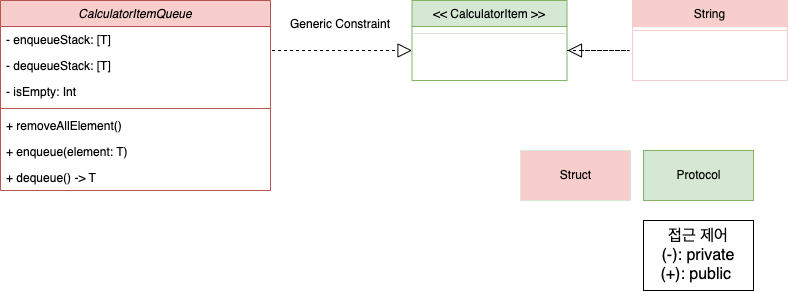
Above: CalculatorUML.png in yagom-academy/ios-calculator-app (draw.io), before the change. Source tidied: cells renumbered, new cells last; positions are measured from the earlier drawing's top-left corner, leaving out a move shared by most shapes.
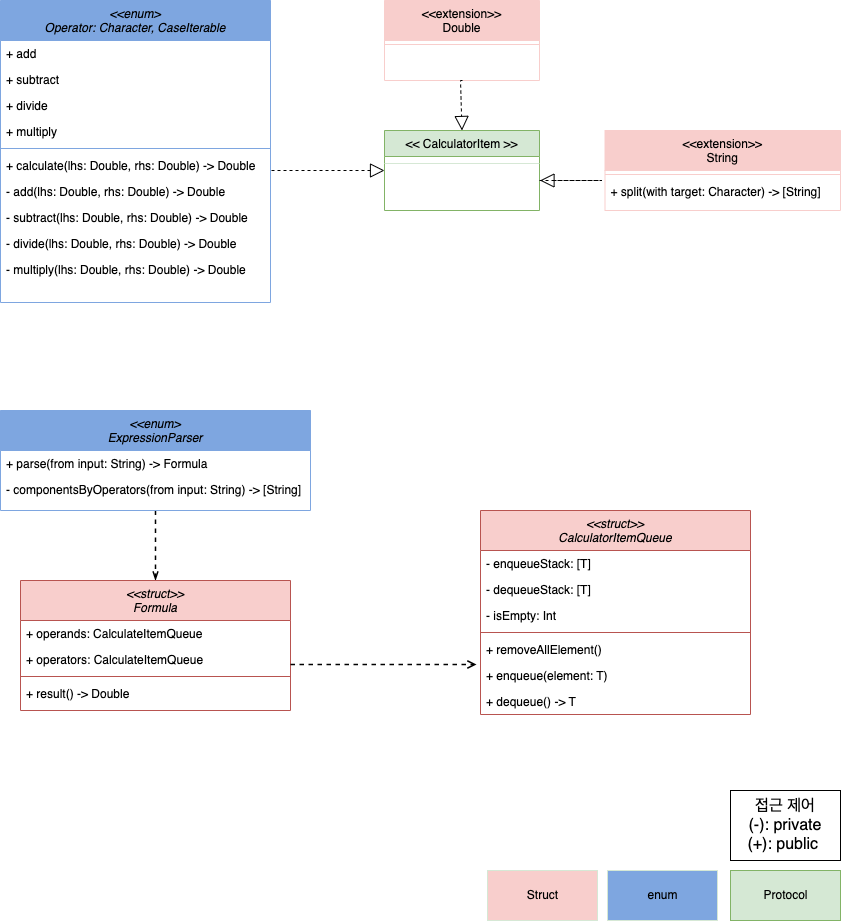
After the commit.

Change to the diagram source:
```diff
@@ -2,68 +2,152 @@
   <root>
     <mxCell id="0" />
     <mxCell id="1" parent="0" />
-    <mxCell id="2" value="CalculatorItemQueue" style="swimlane;fontStyle=2;align=center;verticalAlign=top;horizontal=1;startSize=26;rounded=0;shadow=0;strokeWidth=1;fillColor=#f8cecc;strokeColor=#b85450;" parent="1" vertex="1">
-      <mxGeometry width="270" height="190" as="geometry" />
+    <mxCell id="2" value="&lt;&lt;struct&gt;&gt;&#10;CalculatorItemQueue" style="swimlane;fontStyle=2;align=center;verticalAlign=top;horizontal=1;startSize=40;rounded=0;shadow=0;strokeWidth=1;fillColor=#f8cecc;strokeColor=#b85450;" parent="1" vertex="1">
+      <mxGeometry x="470" y="120" width="270" height="204" as="geometry" />
     </mxCell>
     <mxCell id="3" value="- enqueueStack: [T]" style="text;align=left;verticalAlign=top;spacingLeft=4;spacingRight=4;overflow=hidden;" parent="2" vertex="1">
-      <mxGeometry y="26" width="270" height="26" as="geometry" />
+      <mxGeometry y="40" width="270" height="26" as="geometry" />
     </mxCell>
     <mxCell id="4" value="- dequeueStack: [T]" style="text;align=left;verticalAlign=top;spacingLeft=4;spacingRight=4;overflow=hidden;" parent="2" vertex="1">
-      <mxGeometry y="52" width="270" height="26" as="geometry" />
+      <mxGeometry y="66" width="270" height="26" as="geometry" />
     </mxCell>
     <mxCell id="5" value="- isEmpty: Int" style="text;align=left;verticalAlign=top;spacingLeft=4;spacingRight=4;overflow=hidden;rounded=0;shadow=0;html=0;" parent="2" vertex="1">
-      <mxGeometry y="78" width="270" height="26" as="geometry" />
+      <mxGeometry y="92" width="270" height="26" as="geometry" />
     </mxCell>
     <mxCell id="6" style="line;html=1;strokeWidth=1;align=left;verticalAlign=middle;spacingTop=-1;spacingLeft=3;spacingRight=3;labelPosition=right;fillColor=#f8cecc;strokeColor=#b85450;" parent="2" vertex="1">
-      <mxGeometry y="104" width="270" height="8" as="geometry" />
+      <mxGeometry y="118" width="270" height="8" as="geometry" />
     </mxCell>
     <mxCell id="7" value="+ removeAllElement()" style="text;align=left;verticalAlign=top;spacingLeft=4;spacingRight=4;overflow=hidden;" parent="2" vertex="1">
-      <mxGeometry y="112" width="270" height="26" as="geometry" />
+      <mxGeometry y="126" width="270" height="26" as="geometry" />
     </mxCell>
     <mxCell id="8" value="+ enqueue(element: T)" style="text;align=left;verticalAlign=top;spacingLeft=4;spacingRight=4;overflow=hidden;points=[[0,0.5],[1,0.5]];portConstraint=eastwest;" parent="2" vertex="1">
-      <mxGeometry y="138" width="270" height="26" as="geometry" />
+      <mxGeometry y="152" width="270" height="26" as="geometry" />
     </mxCell>
     <mxCell id="9" value="+ dequeue() -&gt; T" style="text;align=left;verticalAlign=top;spacingLeft=4;spacingRight=4;overflow=hidden;" parent="2" vertex="1">
-      <mxGeometry y="164" width="270" height="26" as="geometry" />
+      <mxGeometry y="178" width="270" height="26" as="geometry" />
     </mxCell>
     <mxCell id="10" value="&lt;&lt; CalculatorItem &gt;&gt;" style="swimlane;fontStyle=0;align=center;verticalAlign=top;horizontal=1;startSize=26;rounded=0;shadow=0;strokeWidth=1;fillColor=#d5e8d4;strokeColor=#82b366;" parent="1" vertex="1">
-      <mxGeometry x="411.5" width="155" height="80" as="geometry" />
+      <mxGeometry x="374" y="-260" width="155" height="80" as="geometry" />
     </mxCell>
     <mxCell id="11" style="line;html=1;strokeWidth=1;align=left;verticalAlign=middle;spacingTop=-1;spacingLeft=3;spacingRight=3;labelPosition=right;strokeColor=#d6e8d5;" parent="10" vertex="1">
       <mxGeometry y="26" width="155" height="14" as="geometry" />
     </mxCell>
     <mxCell id="12" style="endArrow=block;dashed=1;endFill=0;endSize=12;html=1;rounded=0;" parent="1" edge="1">
       <mxGeometry relative="1" as="geometry">
-        <mxPoint x="566.5" y="50" as="sourcePoint" />
-        <mxPoint x="567" y="50" as="targetPoint" />
+        <mxPoint x="529" y="-210" as="sourcePoint" />
+        <mxPoint x="529.5" y="-210" as="targetPoint" />
         <Array as="points">
-          <mxPoint x="629" y="50" />
+          <mxPoint x="591.5" y="-210" />
         </Array>
       </mxGeometry>
     </mxCell>
-    <mxCell id="13" value="String" style="swimlane;fontStyle=0;align=center;verticalAlign=top;horizontal=1;startSize=26;rounded=0;shadow=0;strokeWidth=1;fillColor=#F8CECC;strokeColor=#f8cecc;" parent="1" vertex="1">
-      <mxGeometry x="632" width="155" height="80" as="geometry" />
+    <mxCell id="13" value="&lt;&lt;extension&gt;&gt;&#10;String" style="swimlane;fontStyle=0;align=center;verticalAlign=top;horizontal=1;startSize=40;rounded=0;shadow=0;strokeWidth=1;fillColor=#F8CECC;strokeColor=#f8cecc;" parent="1" vertex="1">
+      <mxGeometry x="594.5" y="-260" width="235.5" height="80" as="geometry" />
     </mxCell>
     <mxCell id="14" style="line;html=1;strokeWidth=1;align=left;verticalAlign=middle;spacingTop=-1;spacingLeft=3;spacingRight=3;labelPosition=right;fillColor=#f8cecc;strokeColor=#F8CECC;" parent="13" vertex="1">
-      <mxGeometry y="26" width="155" height="8" as="geometry" />
+      <mxGeometry y="40" width="235.5" height="8" as="geometry" />
     </mxCell>
+    <mxCell id="20" value="+ split(with target: Character) -&gt; [String]" style="text;align=left;verticalAlign=top;spacingLeft=4;spacingRight=4;overflow=hidden;rounded=0;shadow=0;html=0;" parent="13" vertex="1">
+      <mxGeometry y="48" width="235.5" height="26" as="geometry" />
+    </mxCell>
     <mxCell id="15" value="Struct" style="html=1;strokeColor=#d6e8d5;fillColor=#f8cecc;" parent="1" vertex="1">
-      <mxGeometry x="520" y="150" width="110" height="50" as="geometry" />
+      <mxGeometry x="477" y="480" width="110" height="50" as="geometry" />
     </mxCell>
     <mxCell id="16" value="Protocol" style="html=1;strokeColor=#82b366;fillColor=#d5e8d4;" parent="1" vertex="1">
-      <mxGeometry x="643" y="150" width="110" height="50" as="geometry" />
+      <mxGeometry x="720" y="480" width="110" height="50" as="geometry" />
     </mxCell>
     <mxCell id="17" value="접근 제어&lt;br&gt;(-): private&lt;br&gt;(+): public&amp;nbsp;" style="rounded=0;whiteSpace=wrap;html=1;fontSize=16;" parent="1" vertex="1">
-      <mxGeometry x="643" y="220" width="110" height="70" as="geometry" />
+      <mxGeometry x="720" y="400" width="110" height="70" as="geometry" />
     </mxCell>
-    <mxCell id="18" style="endArrow=block;dashed=1;endFill=0;endSize=12;html=1;rounded=0;" parent="1" edge="1">
-      <mxGeometry relative="1" as="geometry">
-        <mxPoint x="271.5" y="50" as="sourcePoint" />
-        <mxPoint x="411.5" y="50" as="targetPoint" />
-      </mxGeometry>
-    </mxCell>
-    <mxCell id="19" value="Generic Constraint" style="text;align=center;fontStyle=0;verticalAlign=middle;spacingLeft=3;spacingRight=3;strokeColor=none;" parent="1" vertex="1">
-      <mxGeometry x="300" y="10" width="80" height="26" as="geometry" />
-    </mxCell>
+    <mxCell id="21" value="&lt;&lt;extension&gt;&gt;&#10;Double" style="swimlane;fontStyle=0;align=center;verticalAlign=top;horizontal=1;startSize=40;rounded=0;shadow=0;strokeWidth=1;fillColor=#F8CECC;strokeColor=#f8cecc;" parent="1" vertex="1">
+      <mxGeometry x="374" y="-390" width="155" height="80" as="geometry" />
+    </mxCell>
+    <mxCell id="22" style="line;html=1;strokeWidth=1;align=left;verticalAlign=middle;spacingTop=-1;spacingLeft=3;spacingRight=3;labelPosition=right;fillColor=#f8cecc;strokeColor=#F8CECC;" parent="21" vertex="1">
+      <mxGeometry y="40" width="155" height="8" as="geometry" />
+    </mxCell>
+    <mxCell id="23" value="&lt;&lt;enum&gt;&#10;Operator: Character, CaseIterable" style="swimlane;fontStyle=2;align=center;verticalAlign=top;horizontal=1;startSize=40;rounded=0;shadow=0;strokeWidth=1;fillColor=#7EA6E0;strokeColor=#7EA6E0;" parent="1" vertex="1">
+      <mxGeometry x="-10" y="-390" width="270" height="302" as="geometry" />
+    </mxCell>
+    <mxCell id="24" value="+ add" style="text;align=left;verticalAlign=top;spacingLeft=4;spacingRight=4;overflow=hidden;" parent="23" vertex="1">
+      <mxGeometry y="40" width="270" height="26" as="geometry" />
+    </mxCell>
+    <mxCell id="25" value="+ subtract" style="text;align=left;verticalAlign=top;spacingLeft=4;spacingRight=4;overflow=hidden;" parent="23" vertex="1">
+      <mxGeometry y="66" width="270" height="26" as="geometry" />
+    </mxCell>
+    <mxCell id="26" value="+ divide" style="text;align=left;verticalAlign=top;spacingLeft=4;spacingRight=4;overflow=hidden;rounded=0;shadow=0;html=0;" parent="23" vertex="1">
+      <mxGeometry y="92" width="270" height="26" as="geometry" />
+    </mxCell>
+    <mxCell id="27" value="+ multiply" style="text;align=left;verticalAlign=top;spacingLeft=4;spacingRight=4;overflow=hidden;rounded=0;shadow=0;html=0;" parent="23" vertex="1">
+      <mxGeometry y="118" width="270" height="26" as="geometry" />
+    </mxCell>
+    <mxCell id="28" style="line;html=1;strokeWidth=1;align=left;verticalAlign=middle;spacingTop=-1;spacingLeft=3;spacingRight=3;labelPosition=right;fillColor=#f8cecc;strokeColor=#7EA6E0;" parent="23" vertex="1">
+      <mxGeometry y="144" width="270" height="8" as="geometry" />
+    </mxCell>
+    <mxCell id="29" value="+ calculate(lhs: Double, rhs: Double) -&gt; Double" style="text;align=left;verticalAlign=top;spacingLeft=4;spacingRight=4;overflow=hidden;rounded=0;shadow=0;html=0;" parent="23" vertex="1">
+      <mxGeometry y="152" width="270" height="26" as="geometry" />
+    </mxCell>
+    <mxCell id="30" value="- add(lhs: Double, rhs: Double) -&gt; Double" style="text;align=left;verticalAlign=top;spacingLeft=4;spacingRight=4;overflow=hidden;" parent="23" vertex="1">
+      <mxGeometry y="178" width="270" height="26" as="geometry" />
+    </mxCell>
+    <mxCell id="31" value="- subtract(lhs: Double, rhs: Double) -&gt; Double" style="text;align=left;verticalAlign=top;spacingLeft=4;spacingRight=4;overflow=hidden;" parent="23" vertex="1">
+      <mxGeometry y="204" width="270" height="26" as="geometry" />
+    </mxCell>
+    <mxCell id="32" value="- divide(lhs: Double, rhs: Double) -&gt; Double" style="text;align=left;verticalAlign=top;spacingLeft=4;spacingRight=4;overflow=hidden;" parent="23" vertex="1">
+      <mxGeometry y="230" width="270" height="26" as="geometry" />
+    </mxCell>
+    <mxCell id="33" value="- multiply(lhs: Double, rhs: Double) -&gt; Double" style="text;align=left;verticalAlign=top;spacingLeft=4;spacingRight=4;overflow=hidden;" parent="23" vertex="1">
+      <mxGeometry y="256" width="270" height="26" as="geometry" />
+    </mxCell>
+    <mxCell id="34" value="enum" style="html=1;strokeColor=#d6e8d5;fillColor=#7EA6E0;" parent="1" vertex="1">
+      <mxGeometry x="597" y="480" width="110" height="50" as="geometry" />
+    </mxCell>
+    <mxCell id="35" style="endArrow=block;dashed=1;endFill=0;endSize=12;html=1;rounded=0;entryX=0;entryY=0.5;entryDx=0;entryDy=0;" parent="1" edge="1" target="10">
+      <mxGeometry relative="1" as="geometry">
+        <mxPoint x="261" y="-220" as="sourcePoint" />
+      </mxGeometry>
+    </mxCell>
+    <mxCell id="36" style="endArrow=block;dashed=1;endFill=0;endSize=12;html=1;rounded=0;entryX=0.5;entryY=0;entryDx=0;entryDy=0;" parent="1" edge="1" target="10">
+      <mxGeometry relative="1" as="geometry">
+        <mxPoint x="452" y="-310" as="sourcePoint" />
+        <Array as="points">
+          <mxPoint x="450" y="-310" />
+        </Array>
+      </mxGeometry>
+    </mxCell>
+    <mxCell id="37" style="edgeStyle=orthogonalEdgeStyle;rounded=0;jettySize=auto;html=1;entryX=0.5;entryY=0;entryDx=0;entryDy=0;dashed=1;endArrow=openThin;endFill=0;targetPerimeterSpacing=3;strokeWidth=1.5;" parent="1" edge="1" source="38" target="41">
+      <mxGeometry relative="1" as="geometry" />
+    </mxCell>
+    <mxCell id="38" value="&lt;&lt;enum&gt;&#10;ExpressionParser" style="swimlane;fontStyle=2;align=center;verticalAlign=top;horizontal=1;startSize=40;rounded=0;shadow=0;strokeWidth=1;fillColor=#7EA6E0;strokeColor=#7EA6E0;" parent="1" vertex="1">
+      <mxGeometry x="-10" y="20" width="310" height="100" as="geometry" />
+    </mxCell>
+    <mxCell id="39" value="+ parse(from input: String) -&gt; Formula" style="text;align=left;verticalAlign=top;spacingLeft=4;spacingRight=4;overflow=hidden;" parent="38" vertex="1">
+      <mxGeometry y="40" width="310" height="26" as="geometry" />
+    </mxCell>
+    <mxCell id="40" value="- componentsByOperators(from input: String) -&gt; [String]" style="text;align=left;verticalAlign=top;spacingLeft=4;spacingRight=4;overflow=hidden;" parent="38" vertex="1">
+      <mxGeometry y="66" width="310" height="26" as="geometry" />
+    </mxCell>
+    <mxCell id="41" value="&lt;&lt;struct&gt;&gt;&#10;Formula" style="swimlane;fontStyle=2;align=center;verticalAlign=top;horizontal=1;startSize=40;rounded=0;shadow=0;strokeWidth=1;fillColor=#f8cecc;strokeColor=#b85450;" parent="1" vertex="1">
+      <mxGeometry x="10" y="190" width="270" height="130" as="geometry" />
+    </mxCell>
+    <mxCell id="42" value="+ operands: CalculateItemQueue" style="text;align=left;verticalAlign=top;spacingLeft=4;spacingRight=4;overflow=hidden;" parent="41" vertex="1">
+      <mxGeometry y="40" width="270" height="26" as="geometry" />
+    </mxCell>
+    <mxCell id="43" value="+ operators: CalculateItemQueue" style="text;align=left;verticalAlign=top;spacingLeft=4;spacingRight=4;overflow=hidden;points=[[0,0.5],[1,0.5]];portConstraint=eastwest;" parent="41" vertex="1">
+      <mxGeometry y="66" width="270" height="26" as="geometry" />
+    </mxCell>
+    <mxCell id="44" style="line;html=1;strokeWidth=1;align=left;verticalAlign=middle;spacingTop=-1;spacingLeft=3;spacingRight=3;labelPosition=right;fillColor=#f8cecc;strokeColor=#b85450;" parent="41" vertex="1">
+      <mxGeometry y="92" width="270" height="8" as="geometry" />
+    </mxCell>
+    <mxCell id="45" value="+ result() -&gt; Double" style="text;align=left;verticalAlign=top;spacingLeft=4;spacingRight=4;overflow=hidden;" parent="41" vertex="1">
+      <mxGeometry y="100" width="270" height="26" as="geometry" />
+    </mxCell>
+    <mxCell id="46" style="edgeStyle=orthogonalEdgeStyle;rounded=0;jettySize=auto;html=1;entryX=-0.015;entryY=0.077;entryDx=0;entryDy=0;entryPerimeter=0;dashed=1;endArrow=open;endFill=0;strokeWidth=1.5;" parent="1" edge="1" source="43" target="8">
+      <mxGeometry relative="1" as="geometry">
+        <Array as="points">
+          <mxPoint x="360" y="274" />
+          <mxPoint x="360" y="274" />
+        </Array>
+      </mxGeometry>
+    </mxCell>
   </root>
 </mxGraphModel>
```
